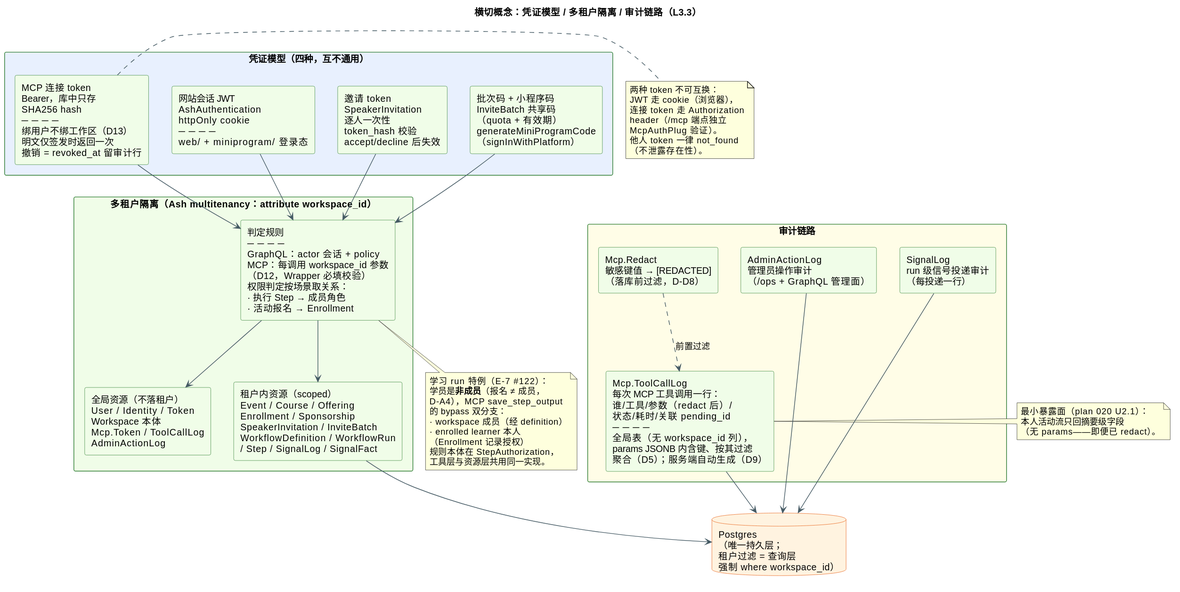
Before: docs/diagrams/auth-tenant-isolation.svg, a diagram exported from PlantUML (CodingGirlsClub/cgc_2046). Source of this version:
```plantuml
@startuml
title 横切概念：凭证模型 / 多租户隔离 / 审计链路（L3.3）

skinparam backgroundColor white
skinparam rectangle {
    BackgroundColor #F0FDE8
    BorderColor #2E7D32
}
skinparam database {
    BackgroundColor #FFF3E0
    BorderColor #E65100
}
skinparam arrow {
    Color #455A64
}

rectangle "凭证模型（四种，互不通用）" as CREDS #E8F0FE {
    rectangle "网站会话 JWT\nAshAuthentication\nhttpOnly cookie\n────\nweb/ + miniprogram/ 登录态" as C_JWT
    rectangle "MCP 连接 token\nBearer，库中只存\nSHA256 hash\n────\n绑用户不绑工作区（D13）\n明文仅签发时返回一次\n撤销 = revoked_at 留审计行" as C_MCP
    rectangle "邀请 token\nSpeakerInvitation\n逐人一次性\ntoken_hash 校验\naccept/decline 后失效" as C_INV
    rectangle "批次码 + 小程序码\nInviteBatch 共享码\n（quota + 有效期）\ngenerateMiniProgramCode\n（signInWithPlatform）" as C_BATCH
}

rectangle "多租户隔离（Ash multitenancy：attribute workspace_id）" as TENANT #F0FDE8 {
    rectangle "全局资源（不落租户）\nUser / Identity / Token\nWorkspace 本体\nMcp.Token / ToolCallLog\nAdminActionLog" as G_RES
    rectangle "租户内资源（scoped）\nEvent / Course / Offering\nEnrollment / Sponsorship\nSpeakerInvitation / InviteBatch\nWorkflowDefinition / WorkflowRun\n/ Step / SignalLog / SignalFact" as T_RES
    rectangle "判定规则\n────\nGraphQL：actor 会话 + policy\nMCP：每调用 workspace_id 参数\n（D12，Wrapper 必填校验）\n权限判定按场景取关系：\n· 执行 Step → 成员角色\n· 活动报名 → Enrollment" as RULES
}

rectangle "审计链路" as AUDIT #FFFDE7 {
    rectangle "Mcp.ToolCallLog\n每次 MCP 工具调用一行：\n谁/工具/参数（redact 后）/\n状态/耗时/关联 pending_id\n────\n全局表（无 workspace_id 列），\nparams JSONB 内含键、按其过滤\n聚合（D5）；服务端自动生成（D9）" as A_TOOL
    rectangle "Mcp.Redact\n敏感键值 → [REDACTED]\n（落库前过滤，D-D8）" as A_REDACT
    rectangle "AdminActionLog\n管理员操作审计\n（/ops + GraphQL 管理面）" as A_ADMIN
    rectangle "SignalLog\nrun 级信号投递审计\n（每投递一行）" as A_SIG
}

database "Postgres\n（唯一持久层；\n租户过滤 = 查询层\n强制 where workspace_id）" as PG

C_JWT --> RULES
C_MCP --> RULES
C_INV --> RULES
C_BATCH --> RULES
RULES --> G_RES
RULES --> T_RES
T_RES --> PG
A_TOOL --> PG
A_ADMIN --> PG
A_SIG --> PG
A_REDACT ..> A_TOOL : 前置过滤

note right of C_MCP
  两种 token 不可互换：
  JWT 走 cookie（浏览器），
  连接 token 走 Authorization
  header（/mcp 端点独立
  McpAuthPlug 验证）。
  他人 token 一律 not_found
  （不泄露存在性）。
end note

note bottom of RULES
  学习 run 特例（E-7 #122）：
  学员是**非成员**（报名 ≠ 成员，
  D-A4），MCP save_step_output
  的 bypass 双分支：
  · workspace 成员（经 definition）
  · enrolled learner 本人
  （Enrollment 记录授权）
  规则本体在 StepAuthorization，
  工具层与资源层共用同一实现。
end note

note right of A_TOOL
  最小暴露面（plan 020 U2.1）：
  本人活动流只回摘要级字段
  （无 params——即便已 redact）。
end note
@enduml
```
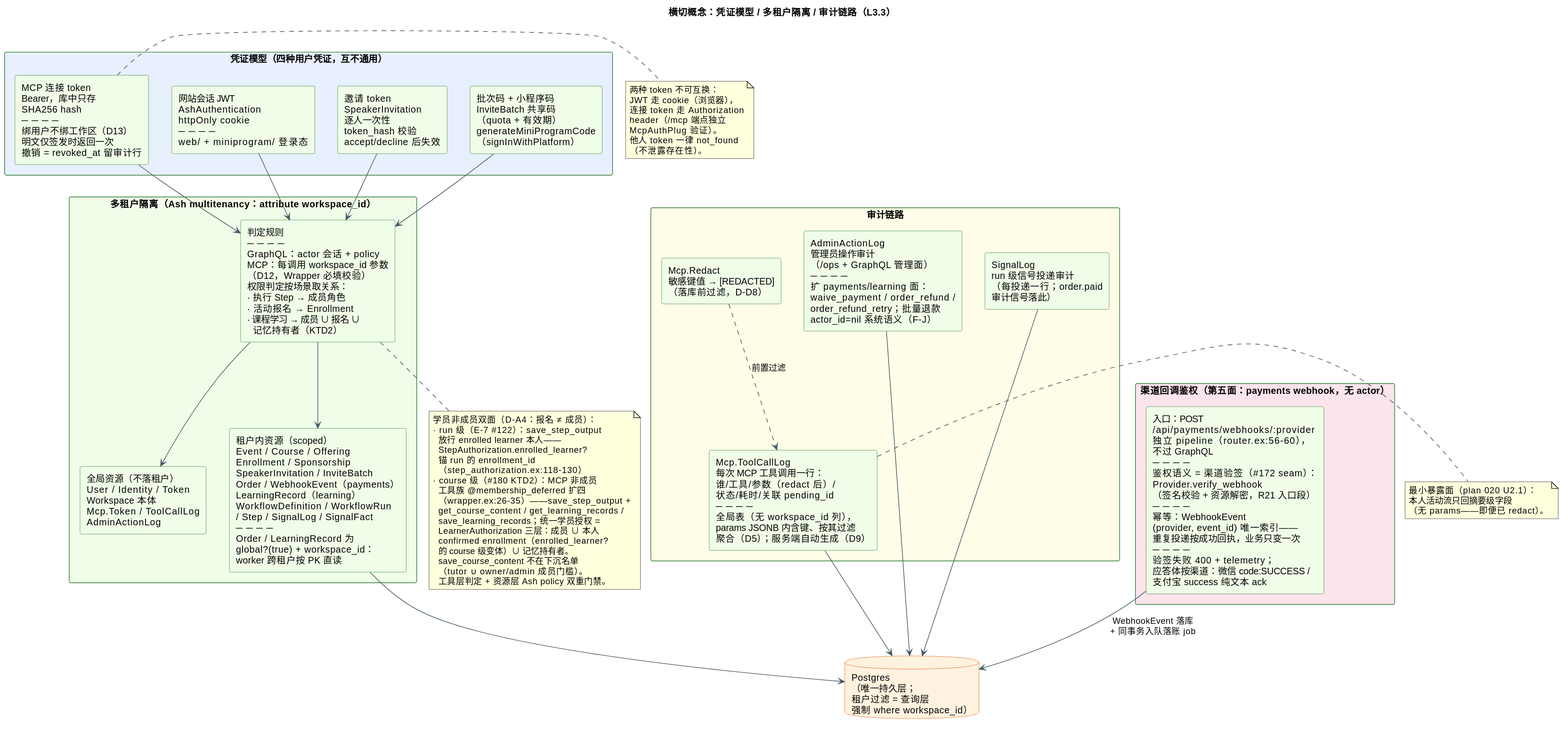
Above is the later version.

Diff of the diagram source:
```diff
@@ -14,7 +14,7 @@
     Color #455A64
 }
 
-rectangle "凭证模型（四种，互不通用）" as CREDS #E8F0FE {
+rectangle "凭证模型（四种用户凭证，互不通用）" as CREDS #E8F0FE {
     rectangle "网站会话 JWT\nAshAuthentication\nhttpOnly cookie\n────\nweb/ + miniprogram/ 登录态" as C_JWT
     rectangle "MCP 连接 token\nBearer，库中只存\nSHA256 hash\n────\n绑用户不绑工作区（D13）\n明文仅签发时返回一次\n撤销 = revoked_at 留审计行" as C_MCP
     rectangle "邀请 token\nSpeakerInvitation\n逐人一次性\ntoken_hash 校验\naccept/decline 后失效" as C_INV
@@ -23,15 +23,19 @@
 
 rectangle "多租户隔离（Ash multitenancy：attribute workspace_id）" as TENANT #F0FDE8 {
     rectangle "全局资源（不落租户）\nUser / Identity / Token\nWorkspace 本体\nMcp.Token / ToolCallLog\nAdminActionLog" as G_RES
-    rectangle "租户内资源（scoped）\nEvent / Course / Offering\nEnrollment / Sponsorship\nSpeakerInvitation / InviteBatch\nWorkflowDefinition / WorkflowRun\n/ Step / SignalLog / SignalFact" as T_RES
-    rectangle "判定规则\n────\nGraphQL：actor 会话 + policy\nMCP：每调用 workspace_id 参数\n（D12，Wrapper 必填校验）\n权限判定按场景取关系：\n· 执行 Step → 成员角色\n· 活动报名 → Enrollment" as RULES
+    rectangle "租户内资源（scoped）\nEvent / Course / Offering\nEnrollment / Sponsorship\nSpeakerInvitation / InviteBatch\nOrder / WebhookEvent（payments）\nLearningRecord（learning）\nWorkflowDefinition / WorkflowRun\n/ Step / SignalLog / SignalFact\n────\nOrder / LearningRecord 为\nglobal?(true) + workspace_id：\nworker 跨租户按 PK 直读" as T_RES
+    rectangle "判定规则\n────\nGraphQL：actor 会话 + policy\nMCP：每调用 workspace_id 参数\n（D12，Wrapper 必填校验）\n权限判定按场景取关系：\n· 执行 Step → 成员角色\n· 活动报名 → Enrollment\n· 课程学习 → 成员 ∪ 报名 ∪\n  记忆持有者（KTD2）" as RULES
 }
 
 rectangle "审计链路" as AUDIT #FFFDE7 {
     rectangle "Mcp.ToolCallLog\n每次 MCP 工具调用一行：\n谁/工具/参数（redact 后）/\n状态/耗时/关联 pending_id\n────\n全局表（无 workspace_id 列），\nparams JSONB 内含键、按其过滤\n聚合（D5）；服务端自动生成（D9）" as A_TOOL
     rectangle "Mcp.Redact\n敏感键值 → [REDACTED]\n（落库前过滤，D-D8）" as A_REDACT
-    rectangle "AdminActionLog\n管理员操作审计\n（/ops + GraphQL 管理面）" as A_ADMIN
-    rectangle "SignalLog\nrun 级信号投递审计\n（每投递一行）" as A_SIG
+    rectangle "AdminActionLog\n管理员操作审计\n（/ops + GraphQL 管理面）\n────\n扩 payments/learning 面：\nwaive_payment / order_refund /\norder_refund_retry；批量退款\nactor_id=nil 系统语义（F-J）" as A_ADMIN
+    rectangle "SignalLog\nrun 级信号投递审计\n（每投递一行；order.paid\n审计信号落此）" as A_SIG
+}
+
+rectangle "渠道回调鉴权（第五面：payments webhook，无 actor）" as WH #FCE4EC {
+    rectangle "入口：POST\n/api/payments/webhooks/:provider\n独立 pipeline（router.ex:56-60），\n不过 GraphQL\n────\n鉴权语义 = 渠道验签（#172 seam）：\nProvider.verify_webhook\n（签名校验 + 资源解密，R21 入口段）\n────\n幂等：WebhookEvent\n(provider, event_id) 唯一索引——\n重复投递按成功回执，业务只变一次\n────\n验签失败 400 + telemetry；\n应答体按渠道：微信 code:SUCCESS /\n支付宝 success 纯文本 ack" as WH_IN
 }
 
 database "Postgres\n（唯一持久层；\n租户过滤 = 查询层\n强制 where workspace_id）" as PG
@@ -47,6 +51,7 @@
 A_ADMIN --> PG
 A_SIG --> PG
 A_REDACT ..> A_TOOL : 前置过滤
+WH_IN --> PG : WebhookEvent 落库\n+ 同事务入队落账 job
 
 note right of C_MCP
   两种 token 不可互换：
@@ -59,15 +64,23 @@
 end note
 
 note bottom of RULES
-  学习 run 特例（E-7 #122）：
-  学员是**非成员**（报名 ≠ 成员，
-  D-A4），MCP save_step_output
-  的 bypass 双分支：
-  · workspace 成员（经 definition）
-  · enrolled learner 本人
-  （Enrollment 记录授权）
-  规则本体在 StepAuthorization，
-  工具层与资源层共用同一实现。
+  学员非成员双面（D-A4：报名 ≠ 成员）：
+  · run 级（E-7 #122）：save_step_output
+    放行 enrolled learner 本人——
+    StepAuthorization.enrolled_learner?
+    锚 run 的 enrollment_id
+    （step_authorization.ex:118-130）
+  · course 级（#180 KTD2）：MCP 非成员
+    工具族 @membership_deferred 扩四
+    （wrapper.ex:26-35）——save_step_output +
+    get_course_content / get_learning_records /
+    save_learning_records；统一学员授权 =
+    LearnerAuthorization 三层：成员 ∪ 本人
+    confirmed enrollment（enrolled_learner?
+    的 course 级变体）∪ 记忆持有者。
+    save_course_content 不在下沉名单
+    （tutor ∪ owner/admin 成员门槛）。
+    工具层判定 + 资源层 Ash policy 双重门禁。
 end note
 
 note right of A_TOOL
```
